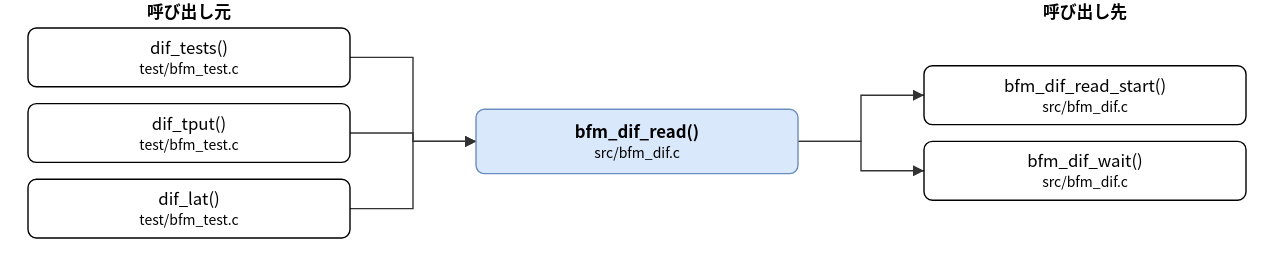
hf355051012-ai/bfmem keeps this draw.io diagram as doc/spec/images/call_src_bfm_dif-bfm_dif_read.drawio.svg. Above is the earlier version. Source tidied: cells renumbered, new cells last; positions are measured from the earlier drawing's top-left corner, leaving out a move shared by most shapes.
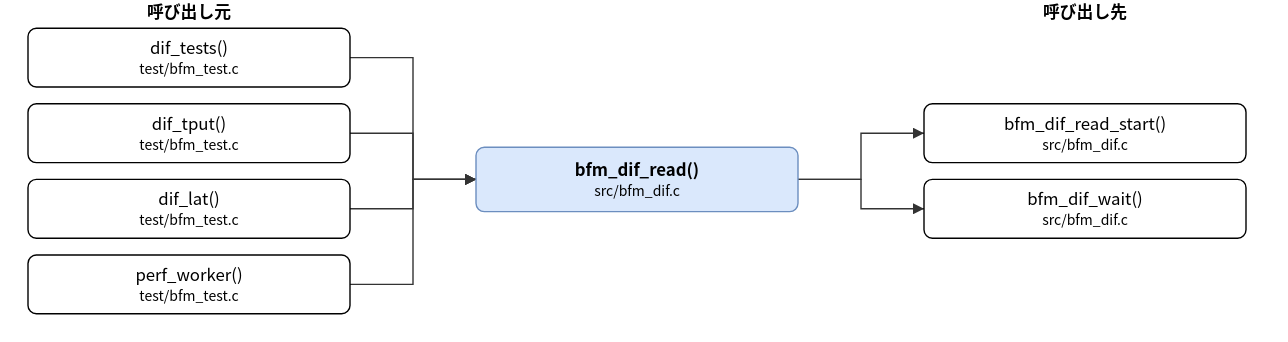
The same file after the commit.

Change to the diagram source:
```diff
@@ -3,7 +3,7 @@
     <mxCell id="0" />
     <mxCell id="1" parent="0" />
     <mxCell id="2" value="bfm_dif_read()&lt;br&gt;&lt;font style=&quot;font-size:10px&quot;&gt;src/bfm_dif.c&lt;/font&gt;" style="rounded=1;whiteSpace=wrap;html=1;fillColor=#dae8fc;strokeColor=#6c8ebf;fontStyle=1;" parent="1" vertex="1">
-      <mxGeometry x="320" y="78" width="230" height="46" as="geometry" />
+      <mxGeometry x="320" y="105" width="230" height="46" as="geometry" />
     </mxCell>
     <mxCell id="3" value="dif_tests()&lt;br&gt;&lt;font style=&quot;font-size:10px&quot;&gt;test/bfm_test.c&lt;/font&gt;" style="rounded=1;whiteSpace=wrap;html=1;" parent="1" vertex="1">
       <mxGeometry y="20" width="230" height="42" as="geometry" />
@@ -14,17 +14,20 @@
     <mxCell id="5" value="dif_lat()&lt;br&gt;&lt;font style=&quot;font-size:10px&quot;&gt;test/bfm_test.c&lt;/font&gt;" style="rounded=1;whiteSpace=wrap;html=1;" parent="1" vertex="1">
       <mxGeometry y="128" width="230" height="42" as="geometry" />
     </mxCell>
+    <mxCell id="15" value="perf_worker()&lt;br&gt;&lt;font style=&quot;font-size:10px&quot;&gt;test/bfm_test.c&lt;/font&gt;" style="rounded=1;whiteSpace=wrap;html=1;" parent="1" vertex="1">
+      <mxGeometry y="182" width="230" height="42" as="geometry" />
+    </mxCell>
     <mxCell id="6" value="bfm_dif_read_start()&lt;br&gt;&lt;font style=&quot;font-size:10px&quot;&gt;src/bfm_dif.c&lt;/font&gt;" style="rounded=1;whiteSpace=wrap;html=1;" parent="1" vertex="1">
-      <mxGeometry x="640" y="47" width="230" height="42" as="geometry" />
+      <mxGeometry x="640" y="74" width="230" height="42" as="geometry" />
     </mxCell>
     <mxCell id="7" value="bfm_dif_wait()&lt;br&gt;&lt;font style=&quot;font-size:10px&quot;&gt;src/bfm_dif.c&lt;/font&gt;" style="rounded=1;whiteSpace=wrap;html=1;" parent="1" vertex="1">
-      <mxGeometry x="640" y="101" width="230" height="42" as="geometry" />
+      <mxGeometry x="640" y="128" width="230" height="42" as="geometry" />
     </mxCell>
     <mxCell id="8" style="edgeStyle=none;html=1;rounded=0;endArrow=block;endFill=1;exitX=1.0000;exitY=0.5000;exitDx=0;exitDy=0;exitPerimeter=0;entryX=0.0000;entryY=0.5000;entryDx=0;entryDy=0;entryPerimeter=0;" parent="1" edge="1" source="3" target="2">
       <mxGeometry relative="1" as="geometry">
         <Array as="points">
           <mxPoint x="275" y="41" />
-          <mxPoint x="275" y="101" />
+          <mxPoint x="275" y="128" />
         </Array>
       </mxGeometry>
     </mxCell>
@@ -32,7 +35,7 @@
       <mxGeometry relative="1" as="geometry">
         <Array as="points">
           <mxPoint x="275" y="95" />
-          <mxPoint x="275" y="101" />
+          <mxPoint x="275" y="128" />
         </Array>
       </mxGeometry>
     </mxCell>
@@ -40,26 +43,34 @@
       <mxGeometry relative="1" as="geometry">
         <Array as="points">
           <mxPoint x="275" y="149" />
-          <mxPoint x="275" y="101" />
+          <mxPoint x="275" y="128" />
         </Array>
       </mxGeometry>
     </mxCell>
-    <mxCell id="11" style="edgeStyle=none;html=1;rounded=0;endArrow=block;endFill=1;exitX=1.0000;exitY=0.5000;exitDx=0;exitDy=0;exitPerimeter=0;entryX=0.0000;entryY=0.5000;entryDx=0;entryDy=0;entryPerimeter=0;" parent="1" edge="1" source="2" target="6">
+    <mxCell id="11" style="edgeStyle=none;html=1;rounded=0;endArrow=block;endFill=1;exitX=1.0000;exitY=0.5000;exitDx=0;exitDy=0;exitPerimeter=0;entryX=0.0000;entryY=0.5000;entryDx=0;entryDy=0;entryPerimeter=0;" parent="1" edge="1" source="15" target="2">
       <mxGeometry relative="1" as="geometry">
         <Array as="points">
-          <mxPoint x="595" y="101" />
-          <mxPoint x="595" y="68" />
+          <mxPoint x="275" y="203" />
+          <mxPoint x="275" y="128" />
         </Array>
       </mxGeometry>
     </mxCell>
-    <mxCell id="12" style="edgeStyle=none;html=1;rounded=0;endArrow=block;endFill=1;exitX=1.0000;exitY=0.5000;exitDx=0;exitDy=0;exitPerimeter=0;entryX=0.0000;entryY=0.5000;entryDx=0;entryDy=0;entryPerimeter=0;" parent="1" edge="1" source="2" target="7">
+    <mxCell id="12" style="edgeStyle=none;html=1;rounded=0;endArrow=block;endFill=1;exitX=1.0000;exitY=0.5000;exitDx=0;exitDy=0;exitPerimeter=0;entryX=0.0000;entryY=0.5000;entryDx=0;entryDy=0;entryPerimeter=0;" parent="1" edge="1" source="2" target="6">
       <mxGeometry relative="1" as="geometry">
         <Array as="points">
-          <mxPoint x="595" y="101" />
-          <mxPoint x="595" y="122" />
+          <mxPoint x="595" y="128" />
+          <mxPoint x="595" y="95" />
         </Array>
       </mxGeometry>
     </mxCell>
+    <mxCell id="16" style="edgeStyle=none;html=1;rounded=0;endArrow=block;endFill=1;exitX=1.0000;exitY=0.5000;exitDx=0;exitDy=0;exitPerimeter=0;entryX=0.0000;entryY=0.5000;entryDx=0;entryDy=0;entryPerimeter=0;" parent="1" edge="1" source="2" target="7">
+      <mxGeometry relative="1" as="geometry">
+        <Array as="points">
+          <mxPoint x="595" y="128" />
+          <mxPoint x="595" y="149" />
+        </Array>
+      </mxGeometry>
+    </mxCell>
     <mxCell id="13" value="呼び出し元" style="text;html=1;align=center;fontStyle=1;" parent="1" vertex="1">
       <mxGeometry x="35" width="160" height="18" as="geometry" />
     </mxCell>
```
